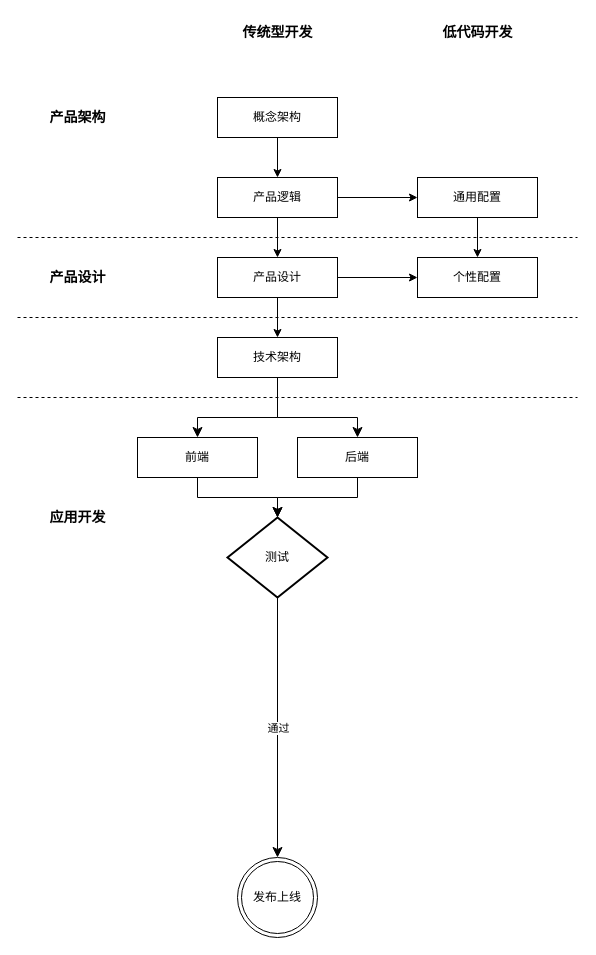
Earlier version of the draw.io diagram 低代码与传统模式开发流程差异.drawio (zy380196088/draw-workspace). Source tidied: cells renumbered, new cells numbered last; positions are measured from the earlier drawing's top-left corner, leaving out a move shared by most shapes. Both pictures are drawn from the tidied source at 100%, with x=0, y=0 at pixel (17, 17).
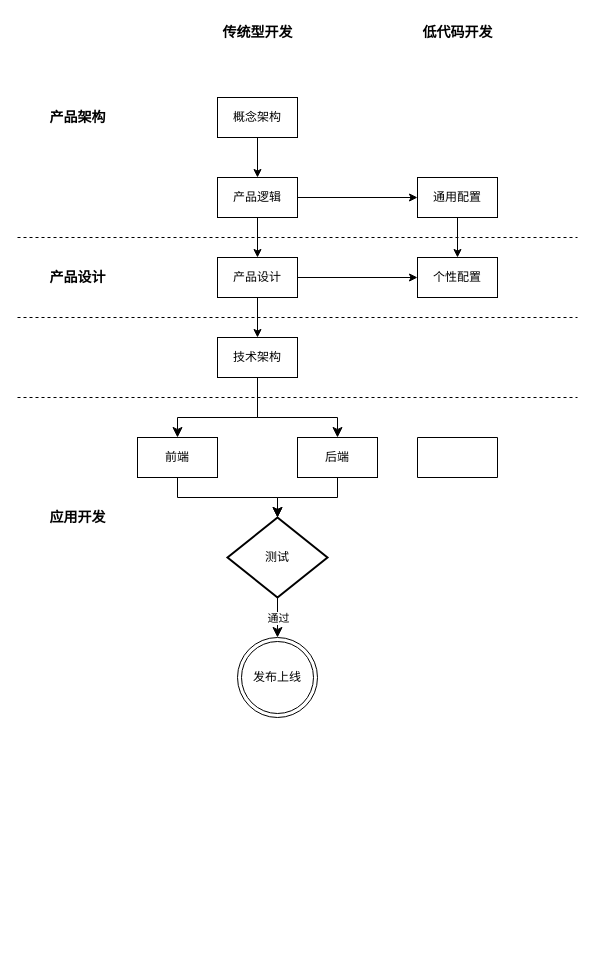
After the change.

Commit message:
更新低代码与传统模式开发流程差异.drawio

Diff of the diagram source:
```diff
@@
     <mxCell id="3" value="概念架构" style="rounded=0;whiteSpace=wrap;html=1;fontSize=12;glass=0;strokeWidth=1;shadow=0;labelBackgroundColor=none;" parent="1" vertex="1">
-      <mxGeometry x="200" y="80" width="120" height="40" as="geometry" />
+      <mxGeometry x="200" y="80" width="80" height="40" as="geometry" />
     </mxCell>
@@
     <mxCell id="5" value="通用配置" style="rounded=0;whiteSpace=wrap;html=1;fontSize=12;glass=0;strokeWidth=1;shadow=0;labelBackgroundColor=none;" parent="1" vertex="1">
-      <mxGeometry x="400" y="160" width="120" height="40" as="geometry" />
+      <mxGeometry x="400" y="160" width="80" height="40" as="geometry" />
     </mxCell>
     <mxCell id="6" value="技术架构" style="rounded=0;whiteSpace=wrap;html=1;fontSize=12;glass=0;strokeWidth=1;shadow=0;labelBackgroundColor=none;" parent="1" vertex="1">
-      <mxGeometry x="200" y="320" width="120" height="40" as="geometry" />
+      <mxGeometry x="200" y="320" width="80" height="40" as="geometry" />
     </mxCell>
     <mxCell id="7" value="个性配置" style="rounded=0;whiteSpace=wrap;html=1;fontSize=12;glass=0;strokeWidth=1;shadow=0;labelBackgroundColor=none;" parent="1" vertex="1">
-      <mxGeometry x="400" y="240" width="120" height="40" as="geometry" />
+      <mxGeometry x="400" y="240" width="80" height="40" as="geometry" />
     </mxCell>
@@
     <mxCell id="10" value="产品逻辑" style="rounded=0;whiteSpace=wrap;html=1;labelBackgroundColor=none;" parent="1" vertex="1">
-      <mxGeometry x="200" y="160" width="120" height="40" as="geometry" />
+      <mxGeometry x="200" y="160" width="80" height="40" as="geometry" />
     </mxCell>
     <mxCell id="11" value="传统型开发" style="text;strokeColor=none;align=center;fillColor=none;html=1;verticalAlign=middle;rounded=0;fontSize=14;fontStyle=1;labelBackgroundColor=none;labelBorderColor=none;textShadow=0;" parent="1" vertex="1">
-      <mxGeometry x="200" width="120" height="30" as="geometry" />
+      <mxGeometry x="200" width="80" height="30" as="geometry" />
     </mxCell>
@@
     <mxCell id="14" value="产品设计" style="rounded=0;whiteSpace=wrap;html=1;labelBackgroundColor=none;" parent="1" vertex="1">
-      <mxGeometry x="200" y="240" width="120" height="40" as="geometry" />
+      <mxGeometry x="200" y="240" width="80" height="40" as="geometry" />
     </mxCell>
     <mxCell id="15" value="低代码开发" style="text;strokeColor=none;align=center;fillColor=none;html=1;verticalAlign=middle;rounded=0;fontSize=14;fontStyle=1;labelBackgroundColor=none;labelBorderColor=none;textShadow=0;" parent="1" vertex="1">
-      <mxGeometry x="400" width="120" height="30" as="geometry" />
+      <mxGeometry x="400" width="80" height="30" as="geometry" />
     </mxCell>
@@
     <mxCell id="24" value="前端" style="rounded=0;whiteSpace=wrap;html=1;labelBackgroundColor=none;" parent="1" vertex="1">
-      <mxGeometry x="120" y="420" width="120" height="40" as="geometry" />
+      <mxGeometry x="120" y="420" width="80" height="40" as="geometry" />
     </mxCell>
     <mxCell id="25" value="后端" style="rounded=0;whiteSpace=wrap;html=1;labelBackgroundColor=none;" parent="1" vertex="1">
-      <mxGeometry x="280" y="420" width="120" height="40" as="geometry" />
+      <mxGeometry x="280" y="420" width="80" height="40" as="geometry" />
     </mxCell>
@@
     <mxCell id="31" value="发布上线" style="ellipse;shape=doubleEllipse;whiteSpace=wrap;html=1;labelBackgroundColor=none;" parent="1" vertex="1">
-      <mxGeometry x="220" y="840" width="80" height="80" as="geometry" />
+      <mxGeometry x="220" y="620" width="80" height="80" as="geometry" />
     </mxCell>
+    <mxCell id="32" style="verticalLabelPosition=bottom;verticalAlign=top;html=1;shape=mxgraph.basic.rect;fillColor2=none;strokeWidth=1;size=20;indent=5;" parent="1" vertex="1">
+      <mxGeometry x="400" y="420" width="80" height="40" as="geometry" />
+    </mxCell>
```
